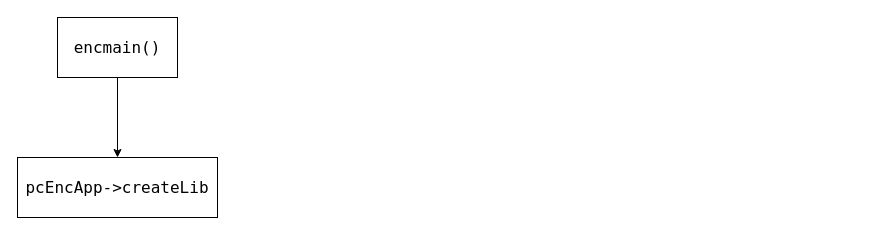
This is png/Untitled Diagram.drawio from Joeyrr/draw.io, a draw.io file, before an edit. Source tidied: cells renumbered, new cells numbered last; positions are measured from the earlier drawing's top-left corner, leaving out a move shared by most shapes. Both pictures are drawn from the tidied source at 100%, with x=0, y=0 at pixel (17, 17).
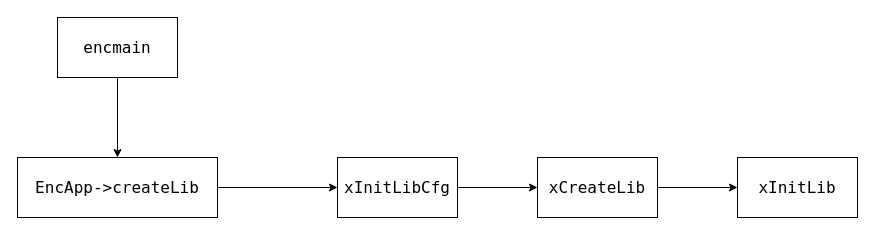
After the change.

Diff of the diagram source:
```diff
@@
 <mxGraphModel>
   <root>
     <mxCell id="0" />
     <mxCell id="1" parent="0" />
     <mxCell id="2" style="edgeStyle=orthogonalEdgeStyle;rounded=0;jettySize=auto;html=1;fontFamily=Lucida Console;fontSize=16;" parent="1" edge="1" source="3" target="4">
       <mxGeometry relative="1" as="geometry" />
     </mxCell>
-    <mxCell id="3" value="encmain()" style="rounded=0;whiteSpace=wrap;html=1;fontFamily=Lucida Console;fontSize=16;" parent="1" vertex="1">
+    <mxCell id="3" value="encmain" style="rounded=0;whiteSpace=wrap;html=1;fontFamily=Lucida Console;fontSize=16;" parent="1" vertex="1">
       <mxGeometry x="40" width="120" height="60" as="geometry" />
     </mxCell>
+    <mxCell id="5" style="edgeStyle=orthogonalEdgeStyle;rounded=0;jettySize=auto;html=1;fontFamily=Lucida Console;fontSize=16;" parent="1" edge="1" source="4" target="7">
+      <mxGeometry relative="1" as="geometry" />
+    </mxCell>
-    <mxCell id="4" value="pcEncApp-&amp;gt;createLib" style="whiteSpace=wrap;html=1;fontSize=16;fontFamily=Lucida Console;rounded=0;" parent="1" vertex="1">
+    <mxCell id="4" value="EncApp-&amp;gt;createLib" style="whiteSpace=wrap;html=1;fontSize=16;fontFamily=Lucida Console;rounded=0;" parent="1" vertex="1">
       <mxGeometry y="140" width="200" height="60" as="geometry" />
     </mxCell>
+    <mxCell id="6" style="edgeStyle=orthogonalEdgeStyle;rounded=0;jettySize=auto;html=1;fontFamily=Lucida Console;fontSize=16;" parent="1" edge="1" source="7" target="9">
+      <mxGeometry relative="1" as="geometry" />
+    </mxCell>
+    <mxCell id="7" value="xInitLibCfg" style="whiteSpace=wrap;html=1;fontSize=16;fontFamily=Lucida Console;rounded=0;" parent="1" vertex="1">
+      <mxGeometry x="320" y="140" width="120" height="60" as="geometry" />
+    </mxCell>
+    <mxCell id="8" style="edgeStyle=orthogonalEdgeStyle;rounded=0;jettySize=auto;html=1;fontFamily=Lucida Console;fontSize=16;" parent="1" edge="1" source="9" target="10">
+      <mxGeometry relative="1" as="geometry" />
+    </mxCell>
+    <mxCell id="9" value="xCreateLib" style="whiteSpace=wrap;html=1;fontSize=16;fontFamily=Lucida Console;rounded=0;" parent="1" vertex="1">
+      <mxGeometry x="520" y="140" width="120" height="60" as="geometry" />
+    </mxCell>
+    <mxCell id="10" value="xInitLib" style="whiteSpace=wrap;html=1;fontSize=16;fontFamily=Lucida Console;rounded=0;" parent="1" vertex="1">
+      <mxGeometry x="720" y="140" width="120" height="60" as="geometry" />
+    </mxCell>
   </root>
 </mxGraphModel>
```
